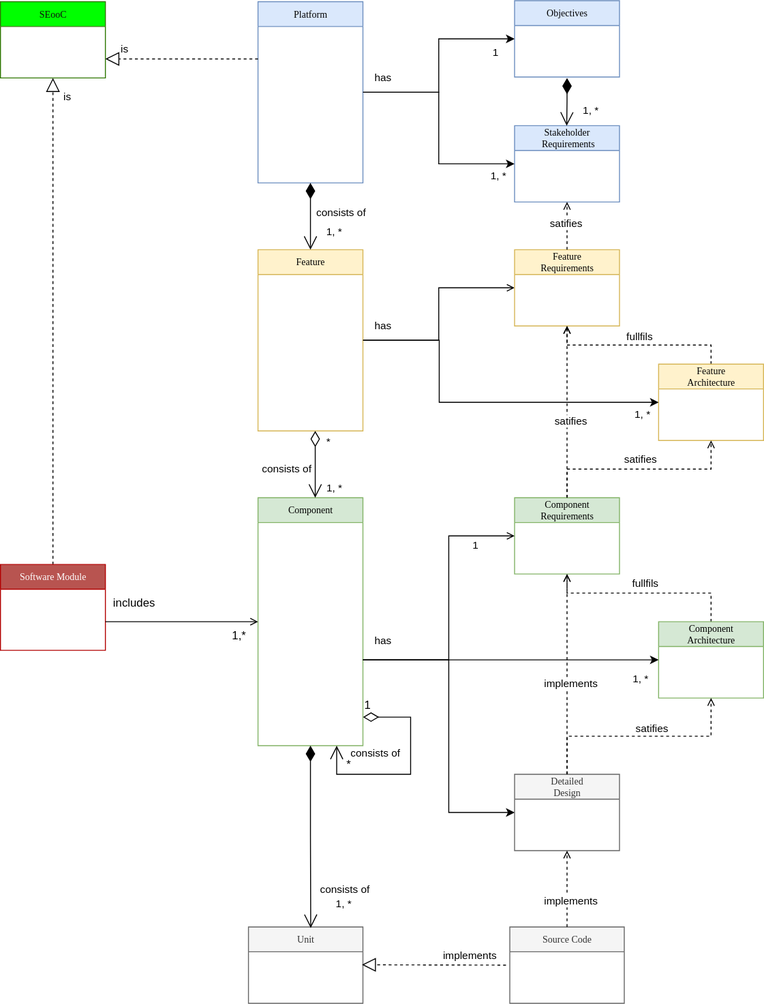
Above: pr-343/_images/score_building_blocks_meta_model.svg in umaucher/score (draw.io), before the change. Source tidied: cells renumbered, new cells last; positions are measured from the earlier drawing's top-left corner, leaving out a move shared by most shapes.
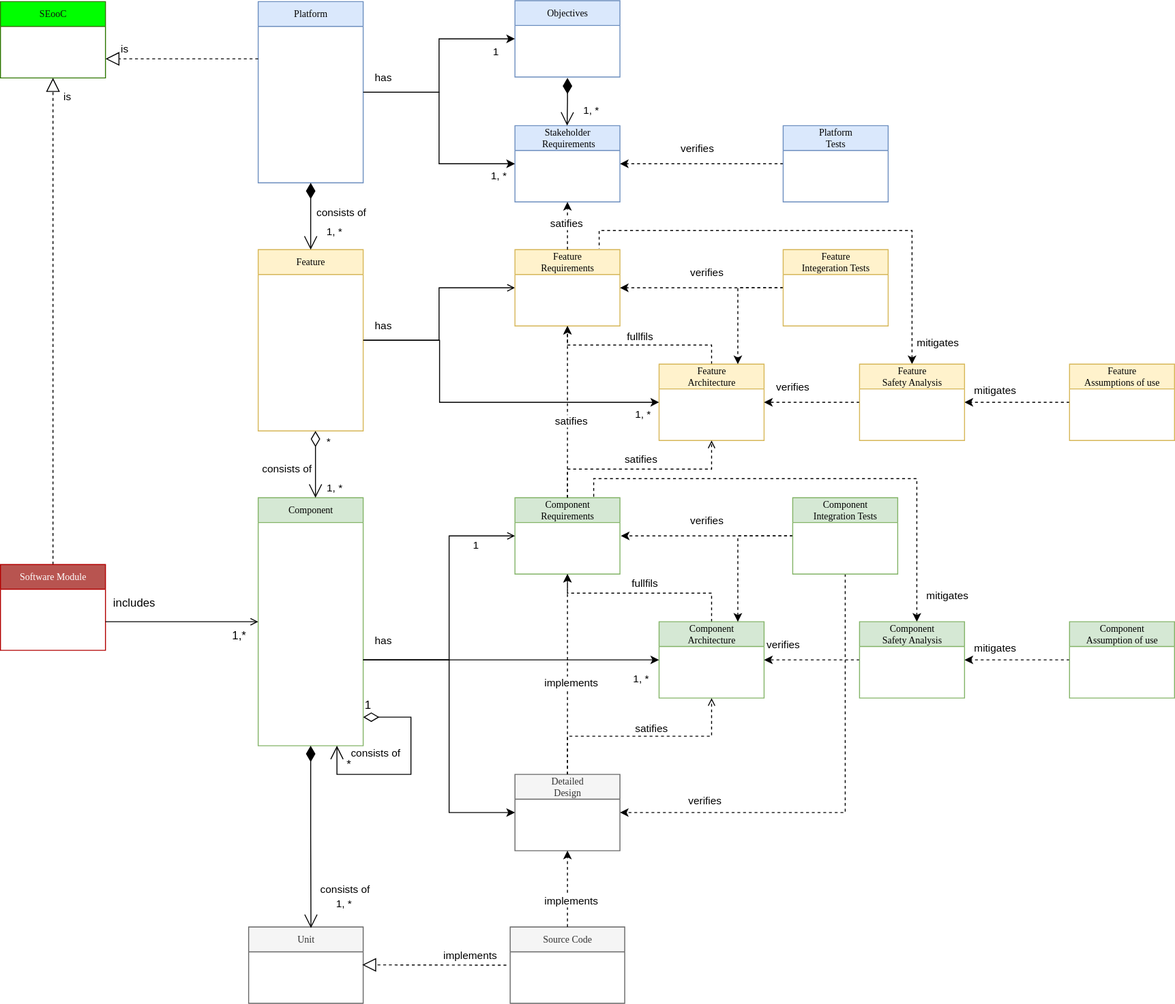
The same diagram one commit later.

Diff of the diagram source:
```diff
@@ -86,7 +86,7 @@
     <mxCell id="23" value="Stakeholder&lt;br&gt;&amp;nbsp;Requirements" style="swimlane;html=1;fontStyle=0;horizontal=1;startSize=26;fillColor=#dae8fc;swimlaneFillColor=#ffffff;rounded=0;shadow=0;comic=0;labelBackgroundColor=none;strokeWidth=1;fontFamily=Verdana;fontSize=10;align=center;strokeColor=#6c8ebf;" parent="1" vertex="1">
       <mxGeometry x="539" y="131" width="110" height="80" as="geometry" />
     </mxCell>
-    <mxCell id="24" style="edgeStyle=orthogonalEdgeStyle;rounded=0;jettySize=auto;html=1;exitX=0.5;exitY=0;exitDx=0;exitDy=0;endArrow=open;endFill=0;dashed=1;" parent="23" edge="1" source="8">
+    <mxCell id="24" style="edgeStyle=orthogonalEdgeStyle;rounded=0;jettySize=auto;html=1;exitX=0.5;exitY=0;exitDx=0;exitDy=0;endArrow=classic;endFill=1;dashed=1;" parent="23" edge="1" source="8">
       <mxGeometry relative="1" as="geometry">
         <mxPoint x="55" y="80" as="targetPoint" />
       </mxGeometry>
@@ -180,7 +180,7 @@
     <mxCell id="42" value="Component&lt;br&gt;Architecture" style="swimlane;html=1;fontStyle=0;horizontal=1;startSize=26;fillColor=#d5e8d4;swimlaneFillColor=#ffffff;rounded=0;shadow=0;comic=0;labelBackgroundColor=none;strokeWidth=1;fontFamily=Verdana;fontSize=10;align=center;strokeColor=#82b366;" parent="1" vertex="1">
       <mxGeometry x="690" y="651" width="110" height="80" as="geometry" />
     </mxCell>
-    <mxCell id="43" style="edgeStyle=orthogonalEdgeStyle;rounded=0;orthogonalLoop=1;jettySize=auto;html=1;endArrow=open;endFill=0;dashed=1;" parent="1" edge="1">
+    <mxCell id="43" style="edgeStyle=orthogonalEdgeStyle;rounded=0;orthogonalLoop=1;jettySize=auto;html=1;endArrow=classic;endFill=1;dashed=1;" parent="1" edge="1">
       <mxGeometry relative="1" as="geometry">
         <mxPoint x="594" y="521" as="sourcePoint" />
         <mxPoint x="594" y="341" as="targetPoint" />
@@ -226,7 +226,7 @@
         <mxPoint x="6" y="-2" as="offset" />
       </mxGeometry>
     </mxCell>
-    <mxCell id="51" style="edgeStyle=orthogonalEdgeStyle;rounded=0;jettySize=auto;html=1;endArrow=open;endFill=0;dashed=1;exitX=0.5;exitY=0;exitDx=0;exitDy=0;" parent="1" edge="1" source="47">
+    <mxCell id="51" style="edgeStyle=orthogonalEdgeStyle;rounded=0;jettySize=auto;html=1;endArrow=classic;endFill=1;dashed=1;exitX=0.5;exitY=0;exitDx=0;exitDy=0;" parent="1" edge="1" source="47">
       <mxGeometry relative="1" as="geometry">
         <mxPoint x="594" y="601" as="targetPoint" />
       </mxGeometry>
@@ -241,7 +241,7 @@
         <mxPoint x="-7" y="48" as="offset" />
       </mxGeometry>
     </mxCell>
-    <mxCell id="54" style="edgeStyle=orthogonalEdgeStyle;rounded=0;jettySize=auto;html=1;endArrow=open;endFill=0;dashed=1;exitX=0.5;exitY=0;exitDx=0;exitDy=0;" parent="1" edge="1" source="21">
+    <mxCell id="54" style="edgeStyle=orthogonalEdgeStyle;rounded=0;jettySize=auto;html=1;endArrow=classic;endFill=1;dashed=1;exitX=0.5;exitY=0;exitDx=0;exitDy=0;" parent="1" edge="1" source="21">
       <mxGeometry relative="1" as="geometry">
         <mxPoint x="594" y="891" as="targetPoint" />
       </mxGeometry>
@@ -298,5 +298,128 @@
         <mxPoint x="270" y="61" as="sourcePoint" />
       </mxGeometry>
     </mxCell>
+    <mxCell id="64" style="edgeStyle=orthogonalEdgeStyle;rounded=0;jettySize=auto;html=1;dashed=1;entryX=1;entryY=0.5;entryDx=0;entryDy=0;" parent="1" edge="1" source="67" target="11">
+      <mxGeometry relative="1" as="geometry" />
+    </mxCell>
+    <mxCell id="65" style="edgeStyle=orthogonalEdgeStyle;rounded=0;jettySize=auto;html=1;entryX=1;entryY=0.5;entryDx=0;entryDy=0;dashed=1;exitX=0;exitY=0.5;exitDx=0;exitDy=0;" parent="1" edge="1" source="68" target="67">
+      <mxGeometry relative="1" as="geometry" />
+    </mxCell>
+    <mxCell id="66" style="edgeStyle=orthogonalEdgeStyle;rounded=0;jettySize=auto;html=1;entryX=0.802;entryY=-0.013;entryDx=0;entryDy=0;entryPerimeter=0;dashed=1;endArrow=none;endFill=0;startArrow=classic;startFill=1;" parent="1" edge="1" source="67" target="8">
+      <mxGeometry relative="1" as="geometry">
+        <Array as="points">
+          <mxPoint x="955" y="241" />
+          <mxPoint x="627" y="241" />
+        </Array>
+      </mxGeometry>
+    </mxCell>
+    <mxCell id="67" value="Feature&lt;br&gt;Safety Analysis" style="swimlane;html=1;fontStyle=0;horizontal=1;startSize=26;fillColor=#fff2cc;swimlaneFillColor=#ffffff;rounded=0;shadow=0;comic=0;labelBackgroundColor=none;strokeWidth=1;fontFamily=Verdana;fontSize=10;align=center;strokeColor=#d6b656;" parent="1" vertex="1">
+      <mxGeometry x="900" y="381" width="110" height="80" as="geometry" />
+    </mxCell>
+    <mxCell id="68" value="Feature &lt;br&gt;Assumptions of use" style="swimlane;html=1;fontStyle=0;horizontal=1;startSize=26;fillColor=#fff2cc;swimlaneFillColor=#ffffff;rounded=0;shadow=0;comic=0;labelBackgroundColor=none;strokeWidth=1;fontFamily=Verdana;fontSize=10;align=center;strokeColor=#d6b656;" parent="1" vertex="1">
+      <mxGeometry x="1120" y="381" width="110" height="80" as="geometry" />
+    </mxCell>
+    <mxCell id="69" style="edgeStyle=orthogonalEdgeStyle;rounded=0;jettySize=auto;html=1;entryX=1;entryY=0.5;entryDx=0;entryDy=0;dashed=1;" parent="1" edge="1" source="70" target="23">
+      <mxGeometry relative="1" as="geometry" />
+    </mxCell>
+    <mxCell id="70" value="Platform&lt;br&gt;Tests" style="swimlane;html=1;fontStyle=0;horizontal=1;startSize=26;fillColor=#dae8fc;swimlaneFillColor=#ffffff;rounded=0;shadow=0;comic=0;labelBackgroundColor=none;strokeWidth=1;fontFamily=Verdana;fontSize=10;align=center;strokeColor=#6c8ebf;" parent="1" vertex="1">
+      <mxGeometry x="820" y="131" width="110" height="80" as="geometry" />
+    </mxCell>
+    <mxCell id="71" style="edgeStyle=orthogonalEdgeStyle;rounded=0;jettySize=auto;html=1;entryX=1;entryY=0.5;entryDx=0;entryDy=0;dashed=1;" parent="1" edge="1" source="73" target="8">
+      <mxGeometry relative="1" as="geometry" />
+    </mxCell>
+    <mxCell id="72" style="edgeStyle=orthogonalEdgeStyle;rounded=0;jettySize=auto;html=1;entryX=0.75;entryY=0;entryDx=0;entryDy=0;dashed=1;" parent="1" edge="1" source="73" target="11">
+      <mxGeometry relative="1" as="geometry" />
+    </mxCell>
+    <mxCell id="73" value="Feature &lt;br&gt;Integeration Tests" style="swimlane;html=1;fontStyle=0;horizontal=1;startSize=26;fillColor=#fff2cc;swimlaneFillColor=#ffffff;rounded=0;shadow=0;comic=0;labelBackgroundColor=none;strokeWidth=1;fontFamily=Verdana;fontSize=10;align=center;strokeColor=#d6b656;" parent="1" vertex="1">
+      <mxGeometry x="820" y="261" width="110" height="80" as="geometry" />
+    </mxCell>
+    <mxCell id="74" value="verifies" style="edgeLabel;html=1;align=center;verticalAlign=middle;" parent="1" vertex="1">
+      <mxGeometry x="730" y="161" as="geometry">
+        <mxPoint y="-6" as="offset" />
+      </mxGeometry>
+    </mxCell>
+    <mxCell id="75" value="verifies" style="edgeLabel;html=1;align=center;verticalAlign=middle;" parent="1" vertex="1">
+      <mxGeometry x="830" y="411" as="geometry">
+        <mxPoint y="-6" as="offset" />
+      </mxGeometry>
+    </mxCell>
+    <mxCell id="76" value="mitigates" style="edgeLabel;html=1;align=center;verticalAlign=middle;" parent="1" vertex="1">
+      <mxGeometry x="850" y="421" as="geometry">
+        <mxPoint x="192" y="-12" as="offset" />
+      </mxGeometry>
+    </mxCell>
+    <mxCell id="77" value="verifies" style="edgeLabel;html=1;align=center;verticalAlign=middle;" parent="1" vertex="1">
+      <mxGeometry x="740" y="291" as="geometry">
+        <mxPoint y="-6" as="offset" />
+      </mxGeometry>
+    </mxCell>
+    <mxCell id="78" style="edgeStyle=orthogonalEdgeStyle;rounded=0;jettySize=auto;html=1;dashed=1;" parent="1" edge="1" source="81">
+      <mxGeometry relative="1" as="geometry">
+        <mxPoint x="650" y="561" as="targetPoint" />
+      </mxGeometry>
+    </mxCell>
+    <mxCell id="79" style="edgeStyle=orthogonalEdgeStyle;rounded=0;jettySize=auto;html=1;entryX=0.75;entryY=0;entryDx=0;entryDy=0;dashed=1;" parent="1" edge="1" source="81" target="42">
+      <mxGeometry relative="1" as="geometry" />
+    </mxCell>
+    <mxCell id="80" style="edgeStyle=orthogonalEdgeStyle;rounded=0;jettySize=auto;html=1;entryX=1;entryY=0.5;entryDx=0;entryDy=0;dashed=1;startArrow=none;startFill=0;endArrow=classic;endFill=1;" parent="1" edge="1" source="81" target="47">
+      <mxGeometry relative="1" as="geometry">
+        <Array as="points">
+          <mxPoint x="885" y="851" />
+        </Array>
+      </mxGeometry>
+    </mxCell>
+    <mxCell id="81" value="Component&lt;br&gt;Integration Tests" style="swimlane;html=1;fontStyle=0;horizontal=1;startSize=26;fillColor=#d5e8d4;swimlaneFillColor=#ffffff;rounded=0;shadow=0;comic=0;labelBackgroundColor=none;strokeWidth=1;fontFamily=Verdana;fontSize=10;align=center;strokeColor=#82b366;" parent="1" vertex="1">
+      <mxGeometry x="830" y="521" width="110" height="80" as="geometry" />
+    </mxCell>
+    <mxCell id="82" value="verifies" style="edgeLabel;html=1;align=center;verticalAlign=middle;" parent="1" vertex="1">
+      <mxGeometry x="740" y="551" as="geometry">
+        <mxPoint y="-6" as="offset" />
+      </mxGeometry>
+    </mxCell>
+    <mxCell id="83" style="edgeStyle=orthogonalEdgeStyle;rounded=0;jettySize=auto;html=1;entryX=1;entryY=0.5;entryDx=0;entryDy=0;dashed=1;" parent="1" edge="1" source="85" target="42">
+      <mxGeometry relative="1" as="geometry" />
+    </mxCell>
+    <mxCell id="84" style="edgeStyle=orthogonalEdgeStyle;rounded=0;jettySize=auto;html=1;entryX=0.75;entryY=0;entryDx=0;entryDy=0;dashed=1;startArrow=classic;startFill=1;endArrow=none;endFill=0;" parent="1" edge="1" source="85" target="14">
+      <mxGeometry relative="1" as="geometry">
+        <Array as="points">
+          <mxPoint x="960" y="501" />
+          <mxPoint x="621" y="501" />
+        </Array>
+      </mxGeometry>
+    </mxCell>
+    <mxCell id="85" value="Component&lt;br&gt;Safety Analysis" style="swimlane;html=1;fontStyle=0;horizontal=1;startSize=26;fillColor=#d5e8d4;swimlaneFillColor=#ffffff;rounded=0;shadow=0;comic=0;labelBackgroundColor=none;strokeWidth=1;fontFamily=Verdana;fontSize=10;align=center;strokeColor=#82b366;" parent="1" vertex="1">
+      <mxGeometry x="900" y="651" width="110" height="80" as="geometry" />
+    </mxCell>
+    <mxCell id="86" style="edgeStyle=orthogonalEdgeStyle;rounded=0;jettySize=auto;html=1;entryX=1;entryY=0.5;entryDx=0;entryDy=0;dashed=1;" parent="1" edge="1" source="87" target="85">
+      <mxGeometry relative="1" as="geometry" />
+    </mxCell>
+    <mxCell id="87" value="Component&lt;br&gt;Assumption of use" style="swimlane;html=1;fontStyle=0;horizontal=1;startSize=26;fillColor=#d5e8d4;swimlaneFillColor=#ffffff;rounded=0;shadow=0;comic=0;labelBackgroundColor=none;strokeWidth=1;fontFamily=Verdana;fontSize=10;align=center;strokeColor=#82b366;" parent="1" vertex="1">
+      <mxGeometry x="1120" y="651" width="110" height="80" as="geometry" />
+    </mxCell>
+    <mxCell id="88" value="verifies" style="edgeLabel;html=1;align=center;verticalAlign=middle;" parent="1" vertex="1">
+      <mxGeometry x="820" y="681" as="geometry">
+        <mxPoint y="-6" as="offset" />
+      </mxGeometry>
+    </mxCell>
+    <mxCell id="89" value="mitigates" style="edgeLabel;html=1;align=center;verticalAlign=middle;" parent="1" vertex="1">
+      <mxGeometry x="850" y="691" as="geometry">
+        <mxPoint x="192" y="-12" as="offset" />
+      </mxGeometry>
+    </mxCell>
+    <mxCell id="90" value="mitigates" style="edgeLabel;html=1;align=center;verticalAlign=middle;" parent="1" vertex="1">
+      <mxGeometry x="790" y="371" as="geometry">
+        <mxPoint x="192" y="-12" as="offset" />
+      </mxGeometry>
+    </mxCell>
+    <mxCell id="91" value="mitigates" style="edgeLabel;html=1;align=center;verticalAlign=middle;" parent="1" vertex="1">
+      <mxGeometry x="800" y="636" as="geometry">
+        <mxPoint x="192" y="-12" as="offset" />
+      </mxGeometry>
+    </mxCell>
+    <mxCell id="92" value="verifies" style="edgeLabel;html=1;align=center;verticalAlign=middle;" parent="1" vertex="1">
+      <mxGeometry x="750" y="561" as="geometry">
+        <mxPoint x="-12" y="278" as="offset" />
+      </mxGeometry>
+    </mxCell>
   </root>
 </mxGraphModel>
```
